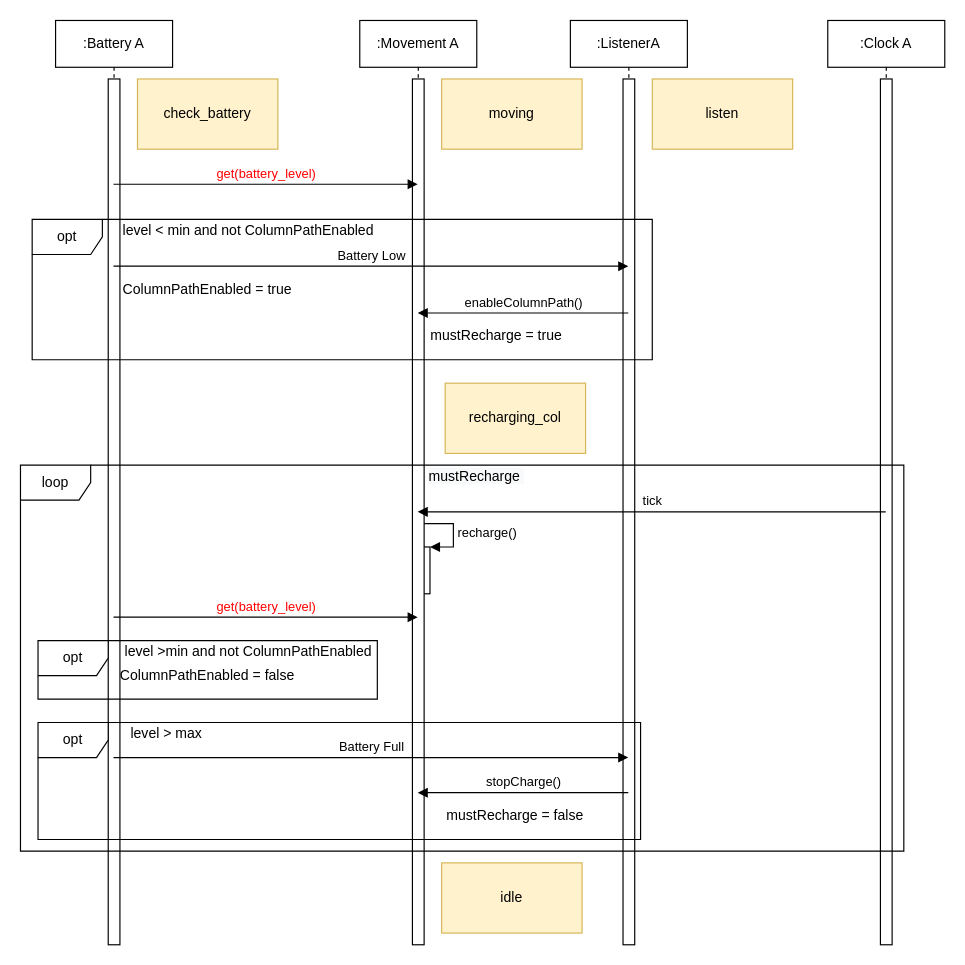
This is relazione/messaggi_macchina_batteria.drawio from kraots94/Sistemi, a draw.io file, before an edit. Source tidied: cells renumbered, new cells numbered last; positions are measured from the earlier drawing's top-left corner, leaving out a move shared by most shapes. Both pictures are drawn from the tidied source at 117%, with x=0, y=0 at pixel (20, 20).
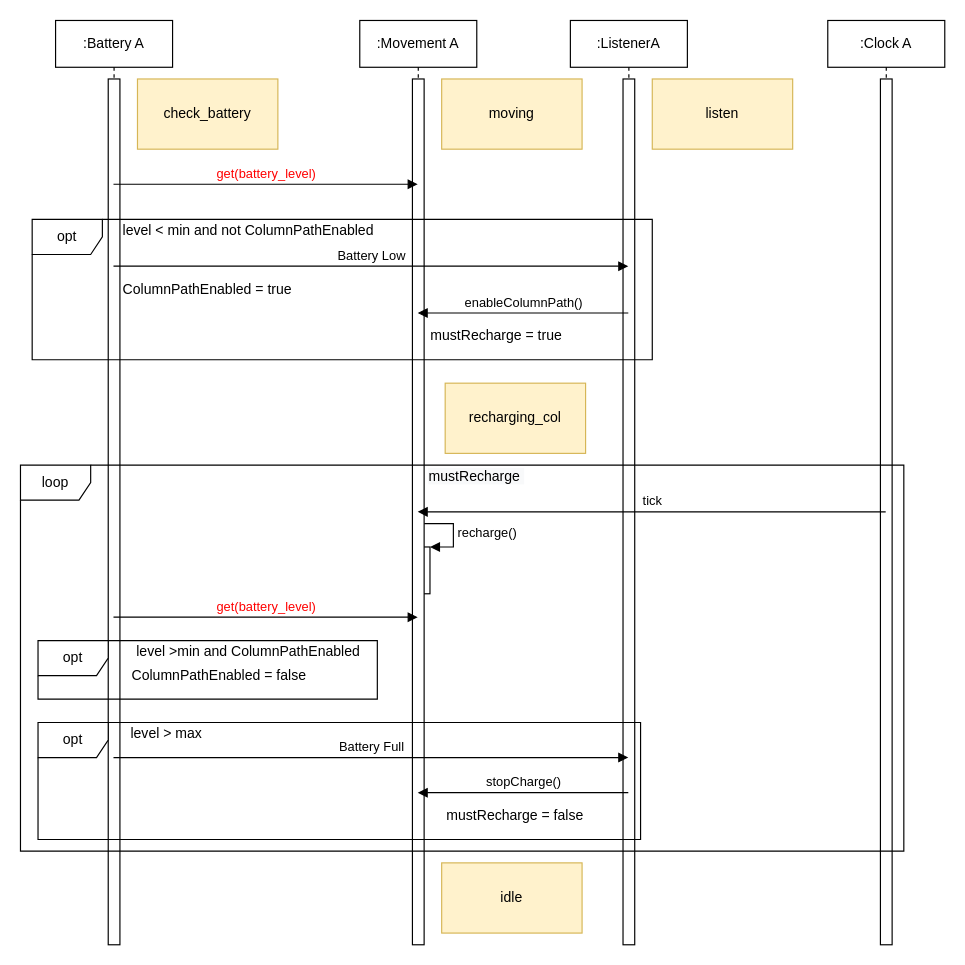
Above is the later version.

Commit message (it also covers changes not shown here):
Record, Batteria

What changed in the source:
```diff
@@
-    <mxCell id="20" value="level &amp;gt;min and not ColumnPathEnabled" style="text;html=1;strokeColor=none;fillColor=none;align=center;verticalAlign=middle;whiteSpace=wrap;rounded=0;" parent="1" vertex="1">
+    <mxCell id="20" value="level &amp;gt;min and ColumnPathEnabled" style="text;html=1;strokeColor=none;fillColor=none;align=center;verticalAlign=middle;whiteSpace=wrap;rounded=0;" parent="1" vertex="1">
       <mxGeometry x="40" y="530" width="310" height="20" as="geometry" />
     </mxCell>
     <mxCell id="21" value="ColumnPathEnabled = false" style="text;html=1;strokeColor=none;fillColor=none;align=center;verticalAlign=middle;whiteSpace=wrap;rounded=0;" parent="1" vertex="1">
-      <mxGeometry x="80" y="550" width="160" height="20" as="geometry" />
+      <mxGeometry x="90" y="550" width="160" height="20" as="geometry" />
     </mxCell>
```
